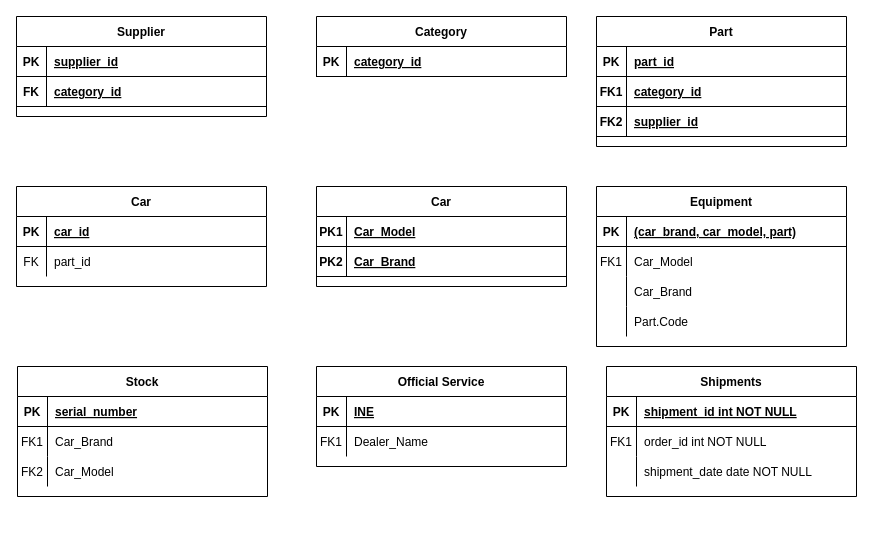
The draw.io diagram postgresql.drawio in yohana993/Postgresql, before the edit. Source tidied: cells renumbered, new cells numbered last; positions are measured from the earlier drawing's top-left corner, leaving out a move shared by most shapes. Both pictures are drawn from the tidied source at 100%, with x=0, y=0 at pixel (16, 16).
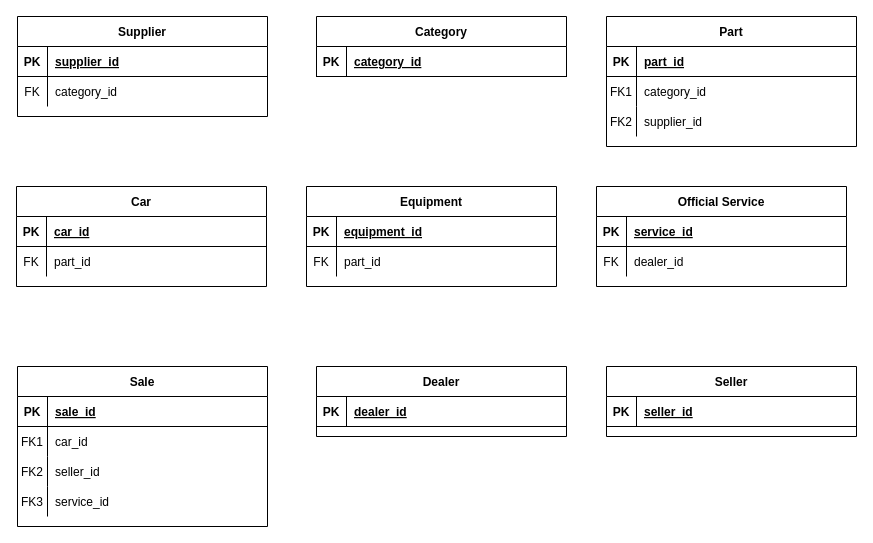
After the change.

The change refers to these unchanged cells:
```xml
<mxCell id="38" style="shape=partialRectangle;fillColor=none;top=0;left=0;right=0;bottom=1;" parent="37" vertex="1">
  <mxGeometry y="30" width="250" height="30" as="geometry" />
</mxCell>
<mxCell id="41" style="shape=partialRectangle;fillColor=none;top=0;left=0;right=0;bottom=0;" parent="37" vertex="1">
  <mxGeometry y="60" width="250" height="30" as="geometry" />
</mxCell>
<mxCell id="51" style="shape=partialRectangle;fillColor=none;top=0;left=0;right=0;bottom=1;" parent="50" vertex="1">
  <mxGeometry y="30" width="250" height="30" as="geometry" />
</mxCell>
<mxCell id="54" style="shape=partialRectangle;fillColor=none;top=0;left=0;right=0;bottom=0;" parent="50" vertex="1">
  <mxGeometry y="60" width="250" height="30" as="geometry" />
</mxCell>
<mxCell id="57" style="shape=partialRectangle;fillColor=none;top=0;left=0;right=0;bottom=0;" parent="50" vertex="1">
  <mxGeometry y="90" width="250" height="30" as="geometry" />
</mxCell>
<mxCell id="61" style="shape=partialRectangle;fillColor=none;top=0;left=0;right=0;bottom=1;" parent="60" vertex="1">
  <mxGeometry y="30" width="250" height="30" as="geometry" />
</mxCell>
<mxCell id="68" style="shape=partialRectangle;fillColor=none;top=0;left=0;right=0;bottom=1;" parent="67" vertex="1">
  <mxGeometry y="30" width="250" height="30" as="geometry" />
</mxCell>
```

What changed in the source:
```diff
@@
-    <mxCell id="6" value="Part" style="shape=table;startSize=30;childLayout=tableLayout;rowLines=0;fontStyle=1;align=center;" parent="1" vertex="1">
-      <mxGeometry x="580" width="250" height="130" as="geometry" />
-    </mxCell>
-    <mxCell id="7" style="shape=partialRectangle;fillColor=none;top=0;left=0;right=0;bottom=1;" parent="6" vertex="1">
-      <mxGeometry y="30" width="250" height="30" as="geometry" />
-    </mxCell>
-    <mxCell id="8" value="PK" style="shape=partialRectangle;overflow=hidden;fillColor=none;top=0;left=0;bottom=0;right=0;fontStyle=1;" parent="7" vertex="1">
-      <mxGeometry width="30" height="30" as="geometry" />
-    </mxCell>
-    <mxCell id="9" value="part_id" style="shape=partialRectangle;overflow=hidden;fillColor=none;top=0;left=0;bottom=0;right=0;align=left;spacingLeft=6;fontStyle=5;" parent="7" vertex="1">
-      <mxGeometry x="30" width="220" height="30" as="geometry" />
-    </mxCell>
-    <mxCell id="10" style="shape=partialRectangle;fillColor=none;top=0;left=0;right=0;bottom=1;" parent="6" vertex="1">
-      <mxGeometry y="60" width="250" height="30" as="geometry" />
-    </mxCell>
-    <mxCell id="11" value="FK1" style="shape=partialRectangle;overflow=hidden;fillColor=none;top=0;left=0;bottom=0;right=0;fontStyle=1;" parent="10" vertex="1">
-      <mxGeometry width="30" height="30" as="geometry" />
-    </mxCell>
-    <mxCell id="12" value="category_id" style="shape=partialRectangle;overflow=hidden;fillColor=none;top=0;left=0;bottom=0;right=0;align=left;spacingLeft=6;fontStyle=5;" parent="10" vertex="1">
-      <mxGeometry x="30" width="220" height="30" as="geometry" />
-    </mxCell>
-    <mxCell id="13" style="shape=partialRectangle;fillColor=none;top=0;left=0;right=0;bottom=1;" parent="6" vertex="1">
-      <mxGeometry y="90" width="250" height="30" as="geometry" />
-    </mxCell>
-    <mxCell id="14" value="FK2" style="shape=partialRectangle;overflow=hidden;fillColor=none;top=0;left=0;bottom=0;right=0;fontStyle=1;" parent="13" vertex="1">
-      <mxGeometry width="30" height="30" as="geometry" />
-    </mxCell>
-    <mxCell id="15" value="supplier_id" style="shape=partialRectangle;overflow=hidden;fillColor=none;top=0;left=0;bottom=0;right=0;align=left;spacingLeft=6;fontStyle=5;" parent="13" vertex="1">
-      <mxGeometry x="30" width="220" height="30" as="geometry" />
-    </mxCell>
-    <mxCell id="16" value="Supplier" style="shape=table;startSize=30;childLayout=tableLayout;rowLines=0;fontStyle=1;align=center;" parent="1" vertex="1">
-      <mxGeometry width="250" height="100" as="geometry" />
-    </mxCell>
-    <mxCell id="17" style="shape=partialRectangle;fillColor=none;top=0;left=0;right=0;bottom=1;" parent="16" vertex="1">
-      <mxGeometry y="30" width="250" height="30" as="geometry" />
-    </mxCell>
-    <mxCell id="18" value="PK" style="shape=partialRectangle;overflow=hidden;fillColor=none;top=0;left=0;bottom=0;right=0;fontStyle=1;" parent="17" vertex="1">
-      <mxGeometry width="30" height="30" as="geometry" />
-    </mxCell>
-    <mxCell id="19" value="supplier_id" style="shape=partialRectangle;overflow=hidden;fillColor=none;top=0;left=0;bottom=0;right=0;align=left;spacingLeft=6;fontStyle=5;" parent="17" vertex="1">
-      <mxGeometry x="30" width="220" height="30" as="geometry" />
-    </mxCell>
-    <mxCell id="20" style="shape=partialRectangle;fillColor=none;top=0;left=0;right=0;bottom=1;" parent="16" vertex="1">
-      <mxGeometry y="60" width="250" height="30" as="geometry" />
-    </mxCell>
-    <mxCell id="21" value="FK" style="shape=partialRectangle;overflow=hidden;fillColor=none;top=0;left=0;bottom=0;right=0;fontStyle=1;" parent="20" vertex="1">
-      <mxGeometry width="30" height="30" as="geometry" />
-    </mxCell>
-    <mxCell id="22" value="category_id" style="shape=partialRectangle;overflow=hidden;fillColor=none;top=0;left=0;bottom=0;right=0;align=left;spacingLeft=6;fontStyle=5;" parent="20" vertex="1">
-      <mxGeometry x="30" width="220" height="30" as="geometry" />
-    </mxCell>
@@
-    <mxCell id="30" value="Car" style="shape=table;startSize=30;childLayout=tableLayout;rowLines=0;fontStyle=1;align=center;" parent="1" vertex="1">
-      <mxGeometry x="300" y="170" width="250" height="100" as="geometry" />
-    </mxCell>
-    <mxCell id="31" style="shape=partialRectangle;fillColor=none;top=0;left=0;right=0;bottom=1;" parent="30" vertex="1">
-      <mxGeometry y="30" width="250" height="30" as="geometry" />
-    </mxCell>
-    <mxCell id="32" value="PK1" style="shape=partialRectangle;overflow=hidden;fillColor=none;top=0;left=0;bottom=0;right=0;fontStyle=1;" parent="31" vertex="1">
-      <mxGeometry width="30" height="30" as="geometry" />
-    </mxCell>
-    <mxCell id="33" value="Car_Model" style="shape=partialRectangle;overflow=hidden;fillColor=none;top=0;left=0;bottom=0;right=0;align=left;spacingLeft=6;fontStyle=5;" parent="31" vertex="1">
-      <mxGeometry x="30" width="220" height="30" as="geometry" />
-    </mxCell>
-    <mxCell id="34" style="shape=partialRectangle;fillColor=none;top=0;left=0;right=0;bottom=1;" parent="30" vertex="1">
-      <mxGeometry y="60" width="250" height="30" as="geometry" />
-    </mxCell>
-    <mxCell id="35" value="PK2" style="shape=partialRectangle;overflow=hidden;fillColor=none;top=0;left=0;bottom=0;right=0;fontStyle=1;" parent="34" vertex="1">
-      <mxGeometry width="30" height="30" as="geometry" />
-    </mxCell>
-    <mxCell id="36" value="Car_Brand" style="shape=partialRectangle;overflow=hidden;fillColor=none;top=0;left=0;bottom=0;right=0;align=left;spacingLeft=6;fontStyle=5;" parent="34" vertex="1">
-      <mxGeometry x="30" width="220" height="30" as="geometry" />
-    </mxCell>
-    <mxCell id="37" value="Equipment" style="shape=table;startSize=30;childLayout=tableLayout;rowLines=0;fontStyle=1;align=center;" parent="1" vertex="1">
-      <mxGeometry x="580" y="170" width="250" height="160" as="geometry" />
+    <mxCell id="37" value="Official Service" style="shape=table;startSize=30;childLayout=tableLayout;rowLines=0;fontStyle=1;align=center;" parent="1" vertex="1">
+      <mxGeometry x="580" y="170" width="250" height="100" as="geometry" />
     </mxCell>
@@
-    <mxCell id="40" value="(car_brand, car_model, part)" style="shape=partialRectangle;overflow=hidden;fillColor=none;top=0;left=0;bottom=0;right=0;align=left;spacingLeft=6;fontStyle=5;" parent="38" vertex="1">
+    <mxCell id="40" value="service_id" style="shape=partialRectangle;overflow=hidden;fillColor=none;top=0;left=0;bottom=0;right=0;align=left;spacingLeft=6;fontStyle=5;" parent="38" vertex="1">
       <mxGeometry x="30" width="220" height="30" as="geometry" />
     </mxCell>
@@
-    <mxCell id="42" value="FK1" style="shape=partialRectangle;overflow=hidden;fillColor=none;top=0;left=0;bottom=0;right=0;" parent="41" vertex="1">
+    <mxCell id="42" value="FK" style="shape=partialRectangle;overflow=hidden;fillColor=none;top=0;left=0;bottom=0;right=0;" parent="41" vertex="1">
       <mxGeometry width="30" height="30" as="geometry" />
     </mxCell>
-    <mxCell id="43" value="Car_Model" style="shape=partialRectangle;overflow=hidden;fillColor=none;top=0;left=0;bottom=0;right=0;align=left;spacingLeft=6;" parent="41" vertex="1">
+    <mxCell id="43" value="dealer_id" style="shape=partialRectangle;overflow=hidden;fillColor=none;top=0;left=0;bottom=0;right=0;align=left;spacingLeft=6;" parent="41" vertex="1">
       <mxGeometry x="30" width="220" height="30" as="geometry" />
     </mxCell>
-    <mxCell id="44" style="shape=partialRectangle;fillColor=none;top=0;left=0;right=0;bottom=0;" parent="37" vertex="1">
-      <mxGeometry y="90" width="250" height="30" as="geometry" />
-    </mxCell>
-    <mxCell id="45" style="shape=partialRectangle;overflow=hidden;fillColor=none;top=0;left=0;bottom=0;right=0;" parent="44" vertex="1">
-      <mxGeometry width="30" height="30" as="geometry" />
-    </mxCell>
-    <mxCell id="46" value="Car_Brand" style="shape=partialRectangle;overflow=hidden;fillColor=none;top=0;left=0;bottom=0;right=0;align=left;spacingLeft=6;" parent="44" vertex="1">
-      <mxGeometry x="30" width="220" height="30" as="geometry" />
-    </mxCell>
-    <mxCell id="47" style="shape=partialRectangle;fillColor=none;top=0;left=0;right=0;bottom=0;" parent="37" vertex="1">
-      <mxGeometry y="120" width="250" height="30" as="geometry" />
-    </mxCell>
-    <mxCell id="48" style="shape=partialRectangle;overflow=hidden;fillColor=none;top=0;left=0;bottom=0;right=0;" parent="47" vertex="1">
-      <mxGeometry width="30" height="30" as="geometry" />
-    </mxCell>
-    <mxCell id="49" value="Part.Code" style="shape=partialRectangle;overflow=hidden;fillColor=none;top=0;left=0;bottom=0;right=0;align=left;spacingLeft=6;" parent="47" vertex="1">
-      <mxGeometry x="30" width="220" height="30" as="geometry" />
-    </mxCell>
-    <mxCell id="50" value="Stock" style="shape=table;startSize=30;childLayout=tableLayout;rowLines=0;fontStyle=1;align=center;" parent="1" vertex="1">
-      <mxGeometry x="1" y="350" width="250" height="130" as="geometry" />
+    <mxCell id="50" value="Sale" style="shape=table;startSize=30;childLayout=tableLayout;rowLines=0;fontStyle=1;align=center;" parent="1" vertex="1">
+      <mxGeometry x="1" y="350" width="250" height="160" as="geometry" />
     </mxCell>
@@
-    <mxCell id="53" value="serial_number" style="shape=partialRectangle;overflow=hidden;fillColor=none;top=0;left=0;bottom=0;right=0;align=left;spacingLeft=6;fontStyle=5;" parent="51" vertex="1">
+    <mxCell id="53" value="sale_id" style="shape=partialRectangle;overflow=hidden;fillColor=none;top=0;left=0;bottom=0;right=0;align=left;spacingLeft=6;fontStyle=5;" parent="51" vertex="1">
       <mxGeometry x="30" width="220" height="30" as="geometry" />
     </mxCell>
@@
-    <mxCell id="56" value="Car_Brand" style="shape=partialRectangle;overflow=hidden;fillColor=none;top=0;left=0;bottom=0;right=0;align=left;spacingLeft=6;" parent="54" vertex="1">
+    <mxCell id="56" value="car_id " style="shape=partialRectangle;overflow=hidden;fillColor=none;top=0;left=0;bottom=0;right=0;align=left;spacingLeft=6;" parent="54" vertex="1">
       <mxGeometry x="30" width="220" height="30" as="geometry" />
     </mxCell>
@@
-    <mxCell id="59" value="Car_Model" style="shape=partialRectangle;overflow=hidden;fillColor=none;top=0;left=0;bottom=0;right=0;align=left;spacingLeft=6;" parent="57" vertex="1">
+    <mxCell id="59" value="seller_id " style="shape=partialRectangle;overflow=hidden;fillColor=none;top=0;left=0;bottom=0;right=0;align=left;spacingLeft=6;" parent="57" vertex="1">
       <mxGeometry x="30" width="220" height="30" as="geometry" />
     </mxCell>
+    <mxCell id="47" style="shape=partialRectangle;fillColor=none;top=0;left=0;right=0;bottom=0;" parent="50" vertex="1">
+      <mxGeometry y="120" width="250" height="30" as="geometry" />
+    </mxCell>
+    <mxCell id="77" value="FK3" style="shape=partialRectangle;overflow=hidden;fillColor=none;top=0;left=0;bottom=0;right=0;" parent="47" vertex="1">
+      <mxGeometry width="30" height="30" as="geometry" />
+    </mxCell>
+    <mxCell id="78" value="service_id " style="shape=partialRectangle;overflow=hidden;fillColor=none;top=0;left=0;bottom=0;right=0;align=left;spacingLeft=6;" parent="47" vertex="1">
+      <mxGeometry x="30" width="220" height="30" as="geometry" />
+    </mxCell>
-    <mxCell id="60" value="Official Service" style="shape=table;startSize=30;childLayout=tableLayout;rowLines=0;fontStyle=1;align=center;" parent="1" vertex="1">
-      <mxGeometry x="300" y="350" width="250" height="100" as="geometry" />
+    <mxCell id="60" value="Dealer" style="shape=table;startSize=30;childLayout=tableLayout;rowLines=0;fontStyle=1;align=center;" parent="1" vertex="1">
+      <mxGeometry x="300" y="350" width="250" height="70" as="geometry" />
     </mxCell>
@@
-    <mxCell id="63" value="INE" style="shape=partialRectangle;overflow=hidden;fillColor=none;top=0;left=0;bottom=0;right=0;align=left;spacingLeft=6;fontStyle=5;" parent="61" vertex="1">
+    <mxCell id="63" value="dealer_id" style="shape=partialRectangle;overflow=hidden;fillColor=none;top=0;left=0;bottom=0;right=0;align=left;spacingLeft=6;fontStyle=5;" parent="61" vertex="1">
       <mxGeometry x="30" width="220" height="30" as="geometry" />
     </mxCell>
-    <mxCell id="64" style="shape=partialRectangle;fillColor=none;top=0;left=0;right=0;bottom=0;" parent="60" vertex="1">
-      <mxGeometry y="60" width="250" height="30" as="geometry" />
-    </mxCell>
-    <mxCell id="65" value="FK1" style="shape=partialRectangle;overflow=hidden;fillColor=none;top=0;left=0;bottom=0;right=0;" parent="64" vertex="1">
-      <mxGeometry width="30" height="30" as="geometry" />
-    </mxCell>
-    <mxCell id="66" value="Dealer_Name" style="shape=partialRectangle;overflow=hidden;fillColor=none;top=0;left=0;bottom=0;right=0;align=left;spacingLeft=6;" parent="64" vertex="1">
-      <mxGeometry x="30" width="220" height="30" as="geometry" />
-    </mxCell>
-    <mxCell id="67" value="Shipments" style="shape=table;startSize=30;childLayout=tableLayout;rowLines=0;fontStyle=1;align=center;" parent="1" vertex="1">
-      <mxGeometry x="590" y="350" width="250" height="130" as="geometry" />
+    <mxCell id="67" value="Seller" style="shape=table;startSize=30;childLayout=tableLayout;rowLines=0;fontStyle=1;align=center;" parent="1" vertex="1">
+      <mxGeometry x="590" y="350" width="250" height="70" as="geometry" />
     </mxCell>
@@
-    <mxCell id="70" value="shipment_id int NOT NULL " style="shape=partialRectangle;overflow=hidden;fillColor=none;top=0;left=0;bottom=0;right=0;align=left;spacingLeft=6;fontStyle=5;" parent="68" vertex="1">
+    <mxCell id="70" value="seller_id" style="shape=partialRectangle;overflow=hidden;fillColor=none;top=0;left=0;bottom=0;right=0;align=left;spacingLeft=6;fontStyle=5;" parent="68" vertex="1">
       <mxGeometry x="30" width="220" height="30" as="geometry" />
     </mxCell>
-    <mxCell id="71" style="shape=partialRectangle;fillColor=none;top=0;left=0;right=0;bottom=0;" parent="67" vertex="1">
-      <mxGeometry y="60" width="250" height="30" as="geometry" />
-    </mxCell>
-    <mxCell id="72" value="FK1" style="shape=partialRectangle;overflow=hidden;fillColor=none;top=0;left=0;bottom=0;right=0;" parent="71" vertex="1">
-      <mxGeometry width="30" height="30" as="geometry" />
-    </mxCell>
-    <mxCell id="73" value="order_id int NOT NULL" style="shape=partialRectangle;overflow=hidden;fillColor=none;top=0;left=0;bottom=0;right=0;align=left;spacingLeft=6;" parent="71" vertex="1">
-      <mxGeometry x="30" width="220" height="30" as="geometry" />
-    </mxCell>
-    <mxCell id="74" style="shape=partialRectangle;fillColor=none;top=0;left=0;right=0;bottom=0;" parent="67" vertex="1">
-      <mxGeometry y="90" width="250" height="30" as="geometry" />
-    </mxCell>
-    <mxCell id="75" style="shape=partialRectangle;overflow=hidden;fillColor=none;top=0;left=0;bottom=0;right=0;" parent="74" vertex="1">
-      <mxGeometry width="30" height="30" as="geometry" />
-    </mxCell>
-    <mxCell id="76" value="shipment_date date NOT NULL" style="shape=partialRectangle;overflow=hidden;fillColor=none;top=0;left=0;bottom=0;right=0;align=left;spacingLeft=6;" parent="74" vertex="1">
-      <mxGeometry x="30" width="220" height="30" as="geometry" />
-    </mxCell>
+    <mxCell id="16" value="Supplier" style="shape=table;startSize=30;childLayout=tableLayout;rowLines=0;fontStyle=1;align=center;" parent="1" vertex="1">
+      <mxGeometry x="1" width="250" height="100" as="geometry" />
+    </mxCell>
+    <mxCell id="79" style="shape=partialRectangle;fillColor=none;top=0;left=0;right=0;bottom=1;" parent="16" vertex="1">
+      <mxGeometry y="30" width="250" height="30" as="geometry" />
+    </mxCell>
+    <mxCell id="80" value="PK" style="shape=partialRectangle;overflow=hidden;fillColor=none;top=0;left=0;bottom=0;right=0;fontStyle=1;" parent="79" vertex="1">
+      <mxGeometry width="30" height="30" as="geometry" />
+    </mxCell>
+    <mxCell id="81" value="supplier_id" style="shape=partialRectangle;overflow=hidden;fillColor=none;top=0;left=0;bottom=0;right=0;align=left;spacingLeft=6;fontStyle=5;" parent="79" vertex="1">
+      <mxGeometry x="30" width="220" height="30" as="geometry" />
+    </mxCell>
+    <mxCell id="82" style="shape=partialRectangle;fillColor=none;top=0;left=0;right=0;bottom=0;" parent="16" vertex="1">
+      <mxGeometry y="60" width="250" height="30" as="geometry" />
+    </mxCell>
+    <mxCell id="83" value="FK" style="shape=partialRectangle;overflow=hidden;fillColor=none;top=0;left=0;bottom=0;right=0;" parent="82" vertex="1">
+      <mxGeometry width="30" height="30" as="geometry" />
+    </mxCell>
+    <mxCell id="84" value="category_id " style="shape=partialRectangle;overflow=hidden;fillColor=none;top=0;left=0;bottom=0;right=0;align=left;spacingLeft=6;" parent="82" vertex="1">
+      <mxGeometry x="30" width="220" height="30" as="geometry" />
+    </mxCell>
+    <mxCell id="6" value="Part" style="shape=table;startSize=30;childLayout=tableLayout;rowLines=0;fontStyle=1;align=center;" parent="1" vertex="1">
+      <mxGeometry x="590" width="250" height="130" as="geometry" />
+    </mxCell>
+    <mxCell id="85" style="shape=partialRectangle;fillColor=none;top=0;left=0;right=0;bottom=1;" parent="6" vertex="1">
+      <mxGeometry y="30" width="250" height="30" as="geometry" />
+    </mxCell>
+    <mxCell id="86" value="PK" style="shape=partialRectangle;overflow=hidden;fillColor=none;top=0;left=0;bottom=0;right=0;fontStyle=1;" parent="85" vertex="1">
+      <mxGeometry width="30" height="30" as="geometry" />
+    </mxCell>
+    <mxCell id="9" value="part_id" style="shape=partialRectangle;overflow=hidden;fillColor=none;top=0;left=0;bottom=0;right=0;align=left;spacingLeft=6;fontStyle=5;" parent="85" vertex="1">
+      <mxGeometry x="30" width="220" height="30" as="geometry" />
+    </mxCell>
+    <mxCell id="87" style="shape=partialRectangle;fillColor=none;top=0;left=0;right=0;bottom=0;" parent="6" vertex="1">
+      <mxGeometry y="60" width="250" height="30" as="geometry" />
+    </mxCell>
+    <mxCell id="88" value="FK1" style="shape=partialRectangle;overflow=hidden;fillColor=none;top=0;left=0;bottom=0;right=0;" parent="87" vertex="1">
+      <mxGeometry width="30" height="30" as="geometry" />
+    </mxCell>
+    <mxCell id="89" value="category_id " style="shape=partialRectangle;overflow=hidden;fillColor=none;top=0;left=0;bottom=0;right=0;align=left;spacingLeft=6;" parent="87" vertex="1">
+      <mxGeometry x="30" width="220" height="30" as="geometry" />
+    </mxCell>
+    <mxCell id="90" style="shape=partialRectangle;fillColor=none;top=0;left=0;right=0;bottom=0;" parent="6" vertex="1">
+      <mxGeometry y="90" width="250" height="30" as="geometry" />
+    </mxCell>
+    <mxCell id="14" value="FK2" style="shape=partialRectangle;overflow=hidden;fillColor=none;top=0;left=0;bottom=0;right=0;" parent="90" vertex="1">
+      <mxGeometry width="30" height="30" as="geometry" />
+    </mxCell>
+    <mxCell id="91" value="supplier_id " style="shape=partialRectangle;overflow=hidden;fillColor=none;top=0;left=0;bottom=0;right=0;align=left;spacingLeft=6;" parent="90" vertex="1">
+      <mxGeometry x="30" width="220" height="30" as="geometry" />
+    </mxCell>
+    <mxCell id="92" value="Equipment" style="shape=table;startSize=30;childLayout=tableLayout;rowLines=0;fontStyle=1;align=center;" parent="1" vertex="1">
+      <mxGeometry x="290" y="170" width="250" height="100" as="geometry" />
+    </mxCell>
+    <mxCell id="93" style="shape=partialRectangle;fillColor=none;top=0;left=0;right=0;bottom=1;" parent="92" vertex="1">
+      <mxGeometry y="30" width="250" height="30" as="geometry" />
+    </mxCell>
+    <mxCell id="94" value="PK" style="shape=partialRectangle;overflow=hidden;fillColor=none;top=0;left=0;bottom=0;right=0;fontStyle=1;" parent="93" vertex="1">
+      <mxGeometry width="30" height="30" as="geometry" />
+    </mxCell>
+    <mxCell id="95" value="equipment_id" style="shape=partialRectangle;overflow=hidden;fillColor=none;top=0;left=0;bottom=0;right=0;align=left;spacingLeft=6;fontStyle=5;" parent="93" vertex="1">
+      <mxGeometry x="30" width="220" height="30" as="geometry" />
+    </mxCell>
+    <mxCell id="96" style="shape=partialRectangle;fillColor=none;top=0;left=0;right=0;bottom=0;" parent="92" vertex="1">
+      <mxGeometry y="60" width="250" height="30" as="geometry" />
+    </mxCell>
+    <mxCell id="97" value="FK" style="shape=partialRectangle;overflow=hidden;fillColor=none;top=0;left=0;bottom=0;right=0;" parent="96" vertex="1">
+      <mxGeometry width="30" height="30" as="geometry" />
+    </mxCell>
+    <mxCell id="98" value="part_id " style="shape=partialRectangle;overflow=hidden;fillColor=none;top=0;left=0;bottom=0;right=0;align=left;spacingLeft=6;" parent="96" vertex="1">
+      <mxGeometry x="30" width="220" height="30" as="geometry" />
+    </mxCell>
```
